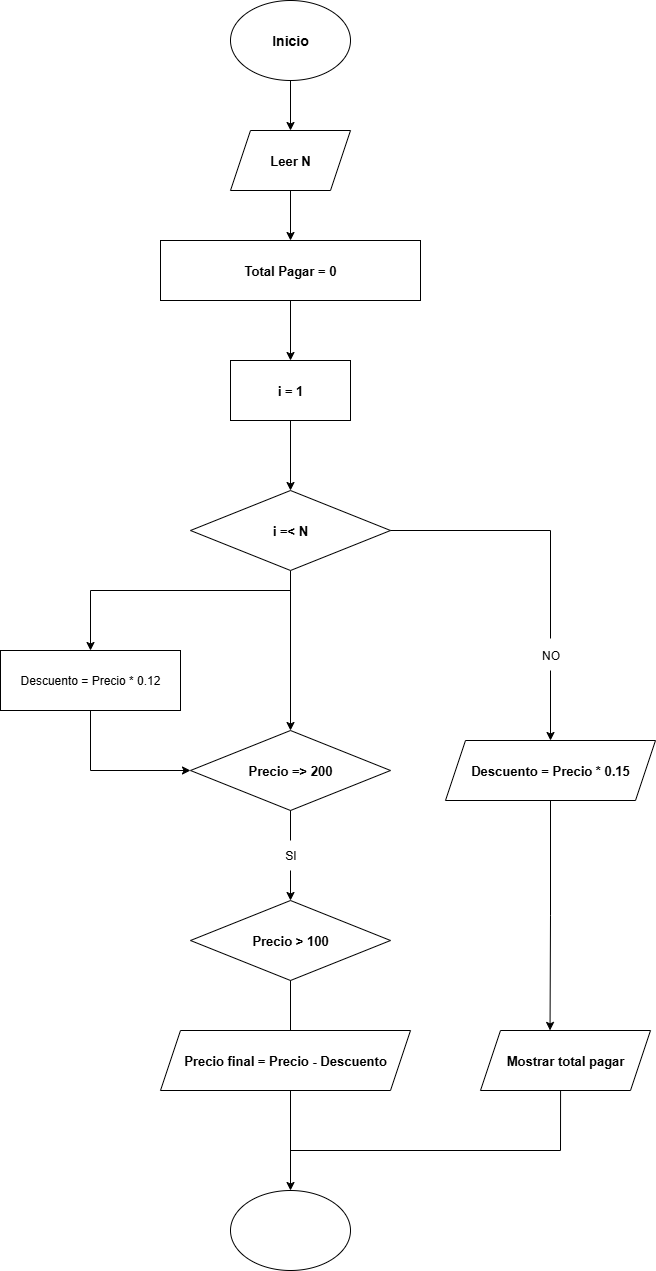
Above: imagenes/DiagramadeBucle3.drawio.png in hacUPB/prog-2520-4pm-eval-u1-jesusjc2002 (draw.io), before the change. Source tidied: cells renumbered, new cells last; positions are measured from the earlier drawing's top-left corner, leaving out a move shared by most shapes.
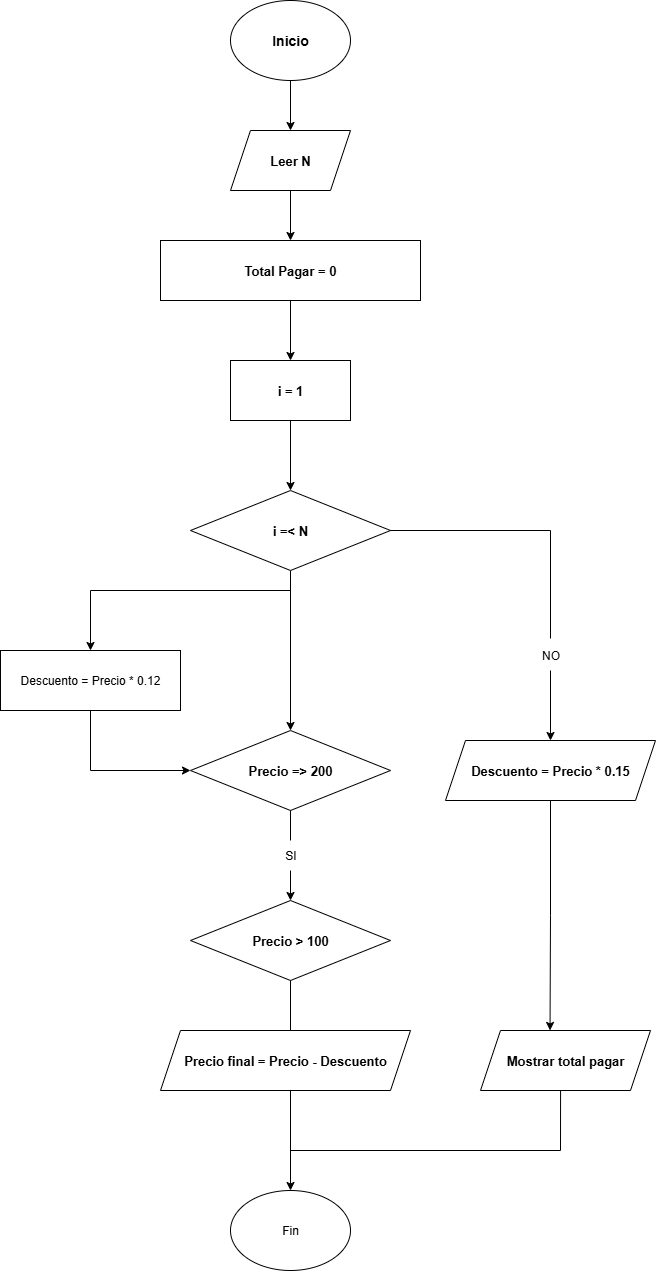
The same file after the commit.

Commit message:
Coregi el Diagrama de flujo

Diff of the diagram source:
```diff
@@ -57,7 +57,7 @@
     <mxCell id="18" value="&lt;b&gt;&lt;font style=&quot;font-size: 13px;&quot;&gt;Mostrar total pagar&lt;/font&gt;&lt;/b&gt;" style="shape=parallelogram;perimeter=parallelogramPerimeter;whiteSpace=wrap;html=1;fixedSize=1;" parent="1" vertex="1">
       <mxGeometry x="480" y="1030" width="170" height="60" as="geometry" />
     </mxCell>
-    <mxCell id="19" style="ellipse;whiteSpace=wrap;html=1;" parent="1" vertex="1">
+    <mxCell id="19" value="Fin" style="ellipse;whiteSpace=wrap;html=1;" parent="1" vertex="1">
       <mxGeometry x="230" y="1190" width="120" height="80" as="geometry" />
     </mxCell>
     <mxCell id="20" style="endArrow=classic;html=1;rounded=0;entryX=0.5;entryY=0;entryDx=0;entryDy=0;" parent="1" edge="1" target="15">
```
